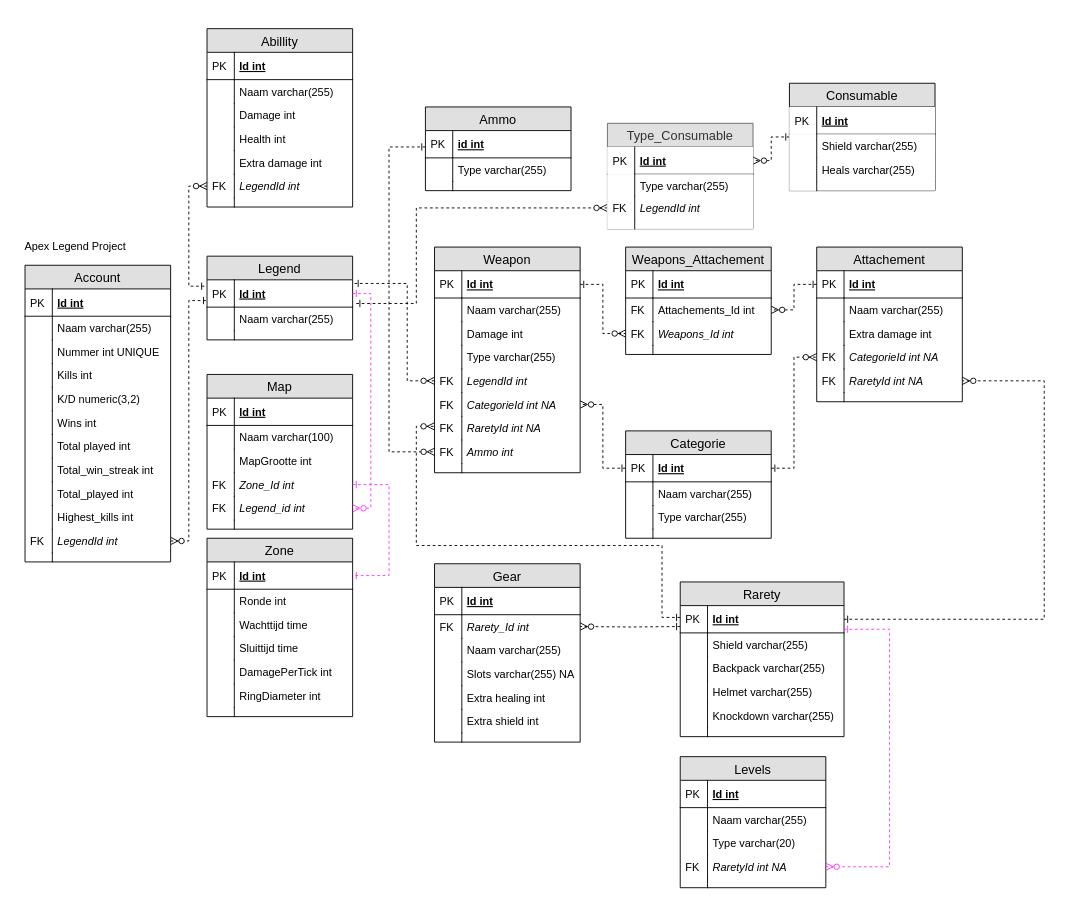
Before: Project_Apex.drawio in donnie1998/thomasmore2019-2020, a draw.io diagram. Source tidied: cells renumbered, new cells numbered last; positions are measured from the earlier drawing's top-left corner, leaving out a move shared by most shapes. Both pictures are drawn from the tidied source at 91%, with x=0, y=0 at pixel (15, 28).
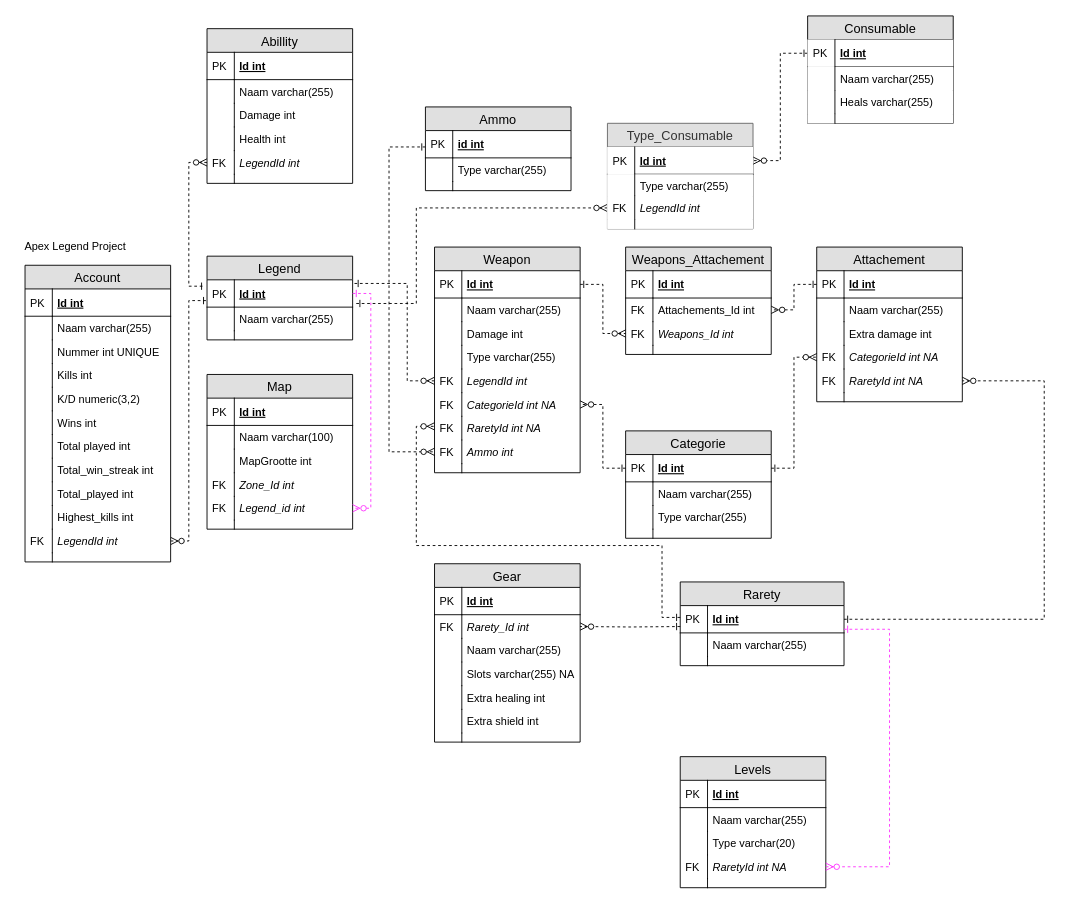
After the change.

Unchanged cells that the change refers to:
```xml
<mxCell id="43" value="Id int " style="shape=partialRectangle;top=0;left=0;right=0;bottom=1;align=left;verticalAlign=middle;fillColor=none;spacingLeft=34;spacingRight=4;overflow=hidden;points=[[0,0.5],[1,0.5]];portConstraint=eastwest;fontStyle=5;fontSize=12;" parent="42" vertex="1">
  <mxGeometry y="26" width="160" height="30" as="geometry" />
</mxCell>
<mxCell id="156" value="Zone_Id int" style="shape=partialRectangle;top=0;left=0;right=0;bottom=0;align=left;verticalAlign=top;fillColor=none;spacingLeft=34;spacingRight=4;overflow=hidden;points=[[0,0.5],[1,0.5]];portConstraint=eastwest;fontSize=12;fontStyle=2;" parent="149" vertex="1">
  <mxGeometry y="108" width="160" height="26" as="geometry" />
</mxCell>
<mxCell id="200" value="Id int" style="shape=partialRectangle;top=0;left=0;right=0;bottom=1;align=left;verticalAlign=middle;spacingLeft=34;spacingRight=4;overflow=hidden;points=[[0,0.5],[1,0.5]];portConstraint=eastwest;fontStyle=5;fontSize=12;" parent="199" vertex="1">
  <mxGeometry y="26" width="160" height="30" as="geometry" />
</mxCell>
```

What changed in the source:
```diff
@@
     <mxCell id="29" value="Rarety" style="swimlane;fontStyle=0;horizontal=1;startSize=26;fillColor=#e0e0e0;swimlaneFillColor=#ffffff;align=center;fontSize=14;" parent="1" vertex="1">
-      <mxGeometry x="730" y="608" width="180" height="170" as="geometry" />
+      <mxGeometry x="730" y="608" width="180" height="92" as="geometry" />
     </mxCell>
@@
-    <mxCell id="32" value="Shield varchar(255)" style="shape=partialRectangle;top=0;left=0;right=0;bottom=0;align=left;verticalAlign=top;fillColor=none;spacingLeft=34;spacingRight=4;overflow=hidden;fontSize=12;" parent="29" vertex="1">
-      <mxGeometry y="56" width="180" height="26" as="geometry" />
-    </mxCell>
-    <mxCell id="33" style="shape=partialRectangle;top=0;left=0;bottom=0;fillColor=none;align=left;verticalAlign=top;spacingLeft=4;spacingRight=4;overflow=hidden;fontSize=12;" parent="32" vertex="1">
-      <mxGeometry width="30" height="26" as="geometry" />
-    </mxCell>
-    <mxCell id="34" value="Backpack varchar(255)" style="shape=partialRectangle;top=0;left=0;right=0;bottom=0;align=left;verticalAlign=top;fillColor=none;spacingLeft=34;spacingRight=4;overflow=hidden;fontSize=12;" parent="29" vertex="1">
-      <mxGeometry y="82" width="180" height="26" as="geometry" />
-    </mxCell>
-    <mxCell id="35" style="shape=partialRectangle;top=0;left=0;bottom=0;fillColor=none;align=left;verticalAlign=top;spacingLeft=4;spacingRight=4;overflow=hidden;fontSize=12;" parent="34" vertex="1">
-      <mxGeometry width="30" height="26" as="geometry" />
-    </mxCell>
-    <mxCell id="36" value="Helmet varchar(255)" style="shape=partialRectangle;top=0;left=0;right=0;bottom=0;align=left;verticalAlign=top;fillColor=none;spacingLeft=34;spacingRight=4;overflow=hidden;fontSize=12;" parent="29" vertex="1">
-      <mxGeometry y="108" width="180" height="26" as="geometry" />
-    </mxCell>
-    <mxCell id="37" style="shape=partialRectangle;top=0;left=0;bottom=0;fillColor=none;align=left;verticalAlign=top;spacingLeft=4;spacingRight=4;overflow=hidden;fontSize=12;" parent="36" vertex="1">
-      <mxGeometry width="30" height="26" as="geometry" />
-    </mxCell>
-    <mxCell id="38" value="Knockdown varchar(255)" style="shape=partialRectangle;top=0;left=0;right=0;bottom=0;align=left;verticalAlign=top;fillColor=none;spacingLeft=34;spacingRight=4;overflow=hidden;fontSize=12;" parent="29" vertex="1">
-      <mxGeometry y="134" width="180" height="26" as="geometry" />
+    <mxCell id="38" value="Naam varchar(255)" style="shape=partialRectangle;top=0;left=0;right=0;bottom=0;align=left;verticalAlign=top;fillColor=none;spacingLeft=34;spacingRight=4;overflow=hidden;fontSize=12;" parent="29" vertex="1">
+      <mxGeometry y="56" width="180" height="26" as="geometry" />
     </mxCell>
@@
     <mxCell id="40" style="shape=partialRectangle;top=0;left=0;right=0;bottom=0;align=left;verticalAlign=top;fillColor=none;spacingLeft=34;spacingRight=4;overflow=hidden;fontSize=12;" parent="29" vertex="1">
-      <mxGeometry y="160" width="180" height="10" as="geometry" />
+      <mxGeometry y="82" width="180" height="10" as="geometry" />
     </mxCell>
@@
-    <mxCell id="134" value="Zone" style="swimlane;fontStyle=0;horizontal=1;startSize=26;fillColor=#e0e0e0;swimlaneFillColor=#ffffff;align=center;fontSize=14;" parent="1" vertex="1">
-      <mxGeometry x="210" y="560" width="160" height="196" as="geometry" />
-    </mxCell>
-    <mxCell id="135" value="Id int" style="shape=partialRectangle;top=0;left=0;right=0;bottom=1;align=left;verticalAlign=middle;fillColor=none;spacingLeft=34;spacingRight=4;overflow=hidden;points=[[0,0.5],[1,0.5]];portConstraint=eastwest;fontStyle=5;fontSize=12;" parent="134" vertex="1">
-      <mxGeometry y="26" width="160" height="30" as="geometry" />
-    </mxCell>
-    <mxCell id="136" value="PK" style="shape=partialRectangle;top=0;left=0;bottom=0;fillColor=none;align=left;verticalAlign=middle;spacingLeft=4;spacingRight=4;overflow=hidden;fontSize=12;" parent="135" vertex="1">
-      <mxGeometry width="30" height="30" as="geometry" />
-    </mxCell>
-    <mxCell id="137" value="Ronde int" style="shape=partialRectangle;top=0;left=0;right=0;bottom=0;align=left;verticalAlign=top;fillColor=none;spacingLeft=34;spacingRight=4;overflow=hidden;fontSize=12;" parent="134" vertex="1">
-      <mxGeometry y="56" width="160" height="26" as="geometry" />
-    </mxCell>
-    <mxCell id="138" style="shape=partialRectangle;top=0;left=0;bottom=0;fillColor=none;align=left;verticalAlign=top;spacingLeft=4;spacingRight=4;overflow=hidden;fontSize=12;" parent="137" vertex="1">
-      <mxGeometry width="30" height="26" as="geometry" />
-    </mxCell>
-    <mxCell id="139" value="Wachttijd time " style="shape=partialRectangle;top=0;left=0;right=0;bottom=0;align=left;verticalAlign=top;fillColor=none;spacingLeft=34;spacingRight=4;overflow=hidden;fontSize=12;" parent="134" vertex="1">
-      <mxGeometry y="82" width="160" height="26" as="geometry" />
-    </mxCell>
-    <mxCell id="140" style="shape=partialRectangle;top=0;left=0;bottom=0;fillColor=none;align=left;verticalAlign=top;spacingLeft=4;spacingRight=4;overflow=hidden;fontSize=12;" parent="139" vertex="1">
-      <mxGeometry width="30" height="26" as="geometry" />
-    </mxCell>
-    <mxCell id="141" value="Sluittijd time" style="shape=partialRectangle;top=0;left=0;right=0;bottom=0;align=left;verticalAlign=top;fillColor=none;spacingLeft=34;spacingRight=4;overflow=hidden;fontSize=12;" parent="134" vertex="1">
-      <mxGeometry y="108" width="160" height="26" as="geometry" />
-    </mxCell>
-    <mxCell id="142" style="shape=partialRectangle;top=0;left=0;bottom=0;fillColor=none;align=left;verticalAlign=top;spacingLeft=4;spacingRight=4;overflow=hidden;fontSize=12;" parent="141" vertex="1">
-      <mxGeometry width="30" height="26" as="geometry" />
-    </mxCell>
-    <mxCell id="143" value="DamagePerTick int" style="shape=partialRectangle;top=0;left=0;right=0;bottom=0;align=left;verticalAlign=top;fillColor=none;spacingLeft=34;spacingRight=4;overflow=hidden;fontSize=12;" parent="134" vertex="1">
-      <mxGeometry y="134" width="160" height="26" as="geometry" />
-    </mxCell>
-    <mxCell id="144" style="shape=partialRectangle;top=0;left=0;bottom=0;fillColor=none;align=left;verticalAlign=top;spacingLeft=4;spacingRight=4;overflow=hidden;fontSize=12;" parent="143" vertex="1">
-      <mxGeometry width="30" height="26" as="geometry" />
-    </mxCell>
-    <mxCell id="145" value="RingDiameter int" style="shape=partialRectangle;top=0;left=0;right=0;bottom=0;align=left;verticalAlign=top;fillColor=none;spacingLeft=34;spacingRight=4;overflow=hidden;fontSize=12;" parent="134" vertex="1">
-      <mxGeometry y="160" width="160" height="26" as="geometry" />
-    </mxCell>
-    <mxCell id="146" style="shape=partialRectangle;top=0;left=0;bottom=0;fillColor=none;align=left;verticalAlign=top;spacingLeft=4;spacingRight=4;overflow=hidden;fontSize=12;" parent="145" vertex="1">
-      <mxGeometry width="30" height="26" as="geometry" />
-    </mxCell>
-    <mxCell id="147" style="shape=partialRectangle;top=0;left=0;right=0;bottom=0;align=left;verticalAlign=top;fillColor=none;spacingLeft=34;spacingRight=4;overflow=hidden;fontSize=12;" parent="134" vertex="1">
-      <mxGeometry y="186" width="160" height="10" as="geometry" />
-    </mxCell>
-    <mxCell id="148" style="shape=partialRectangle;top=0;left=0;bottom=0;fillColor=none;align=left;verticalAlign=top;spacingLeft=4;spacingRight=4;overflow=hidden;fontSize=12;" parent="147" vertex="1">
-      <mxGeometry width="30" height="10" as="geometry" />
-    </mxCell>
@@
-    <mxCell id="163" style="edgeStyle=orthogonalEdgeStyle;rounded=0;jettySize=auto;html=1;entryX=1;entryY=0.5;entryDx=0;entryDy=0;dashed=1;startArrow=ERone;startFill=0;endArrow=ERone;endFill=0;strokeColor=#FF33FF;" parent="1" edge="1" source="156" target="135">
-      <mxGeometry relative="1" as="geometry">
-        <Array as="points">
-          <mxPoint x="410" y="501" />
-          <mxPoint x="410" y="601" />
-        </Array>
-      </mxGeometry>
-    </mxCell>
-    <mxCell id="164" style="edgeStyle=orthogonalEdgeStyle;rounded=0;jettySize=auto;html=1;entryX=-0.012;entryY=0.233;entryDx=0;entryDy=0;exitX=0;exitY=0.5;exitDx=0;exitDy=0;dashed=1;startArrow=ERzeroToMany;startFill=1;endArrow=ERone;endFill=0;entryPerimeter=0;" parent="1" edge="1" source="176" target="43">
+    <mxCell id="164" style="edgeStyle=orthogonalEdgeStyle;rounded=0;jettySize=auto;html=1;dashed=1;startArrow=ERzeroToMany;startFill=1;endArrow=ERone;endFill=0;exitX=0;exitY=0.5;exitDx=0;exitDy=0;" parent="1" edge="1" source="176">
       <mxGeometry relative="1" as="geometry">
+        <mxPoint x="208" y="283" as="targetPoint" />
         <Array as="points">
-          <mxPoint x="190" y="173" />
+          <mxPoint x="190" y="147" />
           <mxPoint x="190" y="283" />
         </Array>
       </mxGeometry>
     </mxCell>
     <mxCell id="165" value="Abillity" style="swimlane;fontStyle=0;horizontal=1;startSize=26;fillColor=#e0e0e0;swimlaneFillColor=#ffffff;align=center;fontSize=14;" parent="1" vertex="1">
-      <mxGeometry x="210" width="160" height="196" as="geometry" />
+      <mxGeometry x="210" width="160" height="170" as="geometry" />
     </mxCell>
@@
-    <mxCell id="174" value="Extra damage int" style="shape=partialRectangle;top=0;left=0;right=0;bottom=0;align=left;verticalAlign=top;fillColor=none;spacingLeft=34;spacingRight=4;overflow=hidden;fontSize=12;" parent="165" vertex="1">
-      <mxGeometry y="134" width="160" height="26" as="geometry" />
-    </mxCell>
-    <mxCell id="175" style="shape=partialRectangle;top=0;left=0;bottom=0;fillColor=none;align=left;verticalAlign=top;spacingLeft=4;spacingRight=4;overflow=hidden;fontSize=12;" parent="174" vertex="1">
-      <mxGeometry width="30" height="26" as="geometry" />
-    </mxCell>
     <mxCell id="176" value="LegendId int" style="shape=partialRectangle;top=0;left=0;right=0;bottom=0;align=left;verticalAlign=top;fillColor=none;spacingLeft=34;spacingRight=4;overflow=hidden;points=[[0,0.5],[1,0.5]];portConstraint=eastwest;fontSize=12;fontStyle=2;" parent="165" vertex="1">
-      <mxGeometry y="160" width="160" height="26" as="geometry" />
+      <mxGeometry y="134" width="160" height="26" as="geometry" />
     </mxCell>
@@
     <mxCell id="178" style="shape=partialRectangle;top=0;left=0;right=0;bottom=0;align=left;verticalAlign=top;fillColor=none;spacingLeft=34;spacingRight=4;overflow=hidden;fontSize=12;" parent="165" vertex="1">
-      <mxGeometry y="186" width="160" height="10" as="geometry" />
+      <mxGeometry y="160" width="160" height="10" as="geometry" />
     </mxCell>
@@
-    <mxCell id="180" style="edgeStyle=orthogonalEdgeStyle;rounded=0;jettySize=auto;html=1;dashed=1;startArrow=ERone;startFill=0;endArrow=ERzeroToMany;endFill=1;entryX=1;entryY=0.5;entryDx=0;entryDy=0;" parent="1" edge="1" source="181" target="200">
+    <mxCell id="180" style="edgeStyle=orthogonalEdgeStyle;rounded=0;jettySize=auto;html=1;dashed=1;startArrow=ERone;startFill=0;endArrow=ERzeroToMany;endFill=1;entryX=1;entryY=0.5;entryDx=0;entryDy=0;exitX=0;exitY=0.5;exitDx=0;exitDy=0;" parent="1" edge="1" source="182" target="200">
       <mxGeometry relative="1" as="geometry" />
     </mxCell>
-    <mxCell id="181" value="Consumable" style="swimlane;fontStyle=0;horizontal=1;startSize=26;swimlaneFillColor=#ffffff;align=center;fontSize=14;fillColor=#E0E0E0;" parent="1" vertex="1">
-      <mxGeometry x="850" y="60" width="160" height="118" as="geometry" />
-    </mxCell>
-    <mxCell id="182" value="Id int" style="shape=partialRectangle;top=0;left=0;right=0;bottom=1;align=left;verticalAlign=middle;spacingLeft=34;spacingRight=4;overflow=hidden;points=[[0,0.5],[1,0.5]];portConstraint=eastwest;fontStyle=5;fontSize=12;" parent="181" vertex="1">
-      <mxGeometry y="26" width="160" height="30" as="geometry" />
-    </mxCell>
-    <mxCell id="183" value="PK" style="shape=partialRectangle;top=0;left=0;bottom=0;align=left;verticalAlign=middle;spacingLeft=4;spacingRight=4;overflow=hidden;fontSize=12;" parent="182" vertex="1">
-      <mxGeometry width="30" height="30" as="geometry" />
-    </mxCell>
-    <mxCell id="184" value="Shield varchar(255)" style="shape=partialRectangle;top=0;left=0;right=0;bottom=0;align=left;verticalAlign=top;spacingLeft=34;spacingRight=4;overflow=hidden;fontSize=12;" parent="181" vertex="1">
-      <mxGeometry y="56" width="160" height="26" as="geometry" />
-    </mxCell>
-    <mxCell id="185" style="shape=partialRectangle;top=0;left=0;bottom=0;align=left;verticalAlign=top;spacingLeft=4;spacingRight=4;overflow=hidden;fontSize=12;" parent="184" vertex="1">
-      <mxGeometry width="30" height="26" as="geometry" />
-    </mxCell>
-    <mxCell id="186" value="Heals varchar(255)" style="shape=partialRectangle;top=0;left=0;right=0;bottom=0;align=left;verticalAlign=top;spacingLeft=34;spacingRight=4;overflow=hidden;fontSize=12;" parent="181" vertex="1">
-      <mxGeometry y="82" width="160" height="26" as="geometry" />
-    </mxCell>
-    <mxCell id="187" style="shape=partialRectangle;top=0;left=0;bottom=0;align=left;verticalAlign=top;spacingLeft=4;spacingRight=4;overflow=hidden;fontSize=12;" parent="186" vertex="1">
-      <mxGeometry width="30" height="26" as="geometry" />
-    </mxCell>
-    <mxCell id="188" style="shape=partialRectangle;top=0;left=0;right=0;bottom=0;align=left;verticalAlign=top;spacingLeft=34;spacingRight=4;overflow=hidden;fontSize=12;" parent="181" vertex="1">
-      <mxGeometry y="108" width="160" height="10" as="geometry" />
-    </mxCell>
-    <mxCell id="189" style="shape=partialRectangle;top=0;left=0;bottom=0;align=left;verticalAlign=top;spacingLeft=4;spacingRight=4;overflow=hidden;fontSize=12;" parent="188" vertex="1">
-      <mxGeometry width="30" height="10" as="geometry" />
-    </mxCell>
@@
+    <mxCell id="181" value="Consumable" style="swimlane;fontStyle=0;horizontal=1;startSize=26;swimlaneFillColor=#ffffff;align=center;fontSize=14;fillColor=#E0E0E0;" parent="1" vertex="1">
+      <mxGeometry x="870" y="-14" width="160" height="118" as="geometry" />
+    </mxCell>
+    <mxCell id="182" value="Id int" style="shape=partialRectangle;top=0;left=0;right=0;bottom=1;align=left;verticalAlign=middle;spacingLeft=34;spacingRight=4;overflow=hidden;points=[[0,0.5],[1,0.5]];portConstraint=eastwest;fontStyle=5;fontSize=12;" parent="181" vertex="1">
+      <mxGeometry y="26" width="160" height="30" as="geometry" />
+    </mxCell>
+    <mxCell id="183" value="PK" style="shape=partialRectangle;top=0;left=0;bottom=0;align=left;verticalAlign=middle;spacingLeft=4;spacingRight=4;overflow=hidden;fontSize=12;" parent="182" vertex="1">
+      <mxGeometry width="30" height="30" as="geometry" />
+    </mxCell>
+    <mxCell id="184" value="Naam varchar(255)" style="shape=partialRectangle;top=0;left=0;right=0;bottom=0;align=left;verticalAlign=top;spacingLeft=34;spacingRight=4;overflow=hidden;fontSize=12;" parent="181" vertex="1">
+      <mxGeometry y="56" width="160" height="26" as="geometry" />
+    </mxCell>
+    <mxCell id="185" style="shape=partialRectangle;top=0;left=0;bottom=0;align=left;verticalAlign=top;spacingLeft=4;spacingRight=4;overflow=hidden;fontSize=12;" parent="184" vertex="1">
+      <mxGeometry width="30" height="26" as="geometry" />
+    </mxCell>
+    <mxCell id="186" value="Heals varchar(255)" style="shape=partialRectangle;top=0;left=0;right=0;bottom=0;align=left;verticalAlign=top;spacingLeft=34;spacingRight=4;overflow=hidden;fontSize=12;" parent="181" vertex="1">
+      <mxGeometry y="82" width="160" height="26" as="geometry" />
+    </mxCell>
+    <mxCell id="187" style="shape=partialRectangle;top=0;left=0;bottom=0;align=left;verticalAlign=top;spacingLeft=4;spacingRight=4;overflow=hidden;fontSize=12;" parent="186" vertex="1">
+      <mxGeometry width="30" height="26" as="geometry" />
+    </mxCell>
+    <mxCell id="188" style="shape=partialRectangle;top=0;left=0;right=0;bottom=0;align=left;verticalAlign=top;spacingLeft=34;spacingRight=4;overflow=hidden;fontSize=12;" parent="181" vertex="1">
+      <mxGeometry y="108" width="160" height="10" as="geometry" />
+    </mxCell>
+    <mxCell id="189" style="shape=partialRectangle;top=0;left=0;bottom=0;align=left;verticalAlign=top;spacingLeft=4;spacingRight=4;overflow=hidden;fontSize=12;" parent="188" vertex="1">
+      <mxGeometry width="30" height="10" as="geometry" />
+    </mxCell>
```
